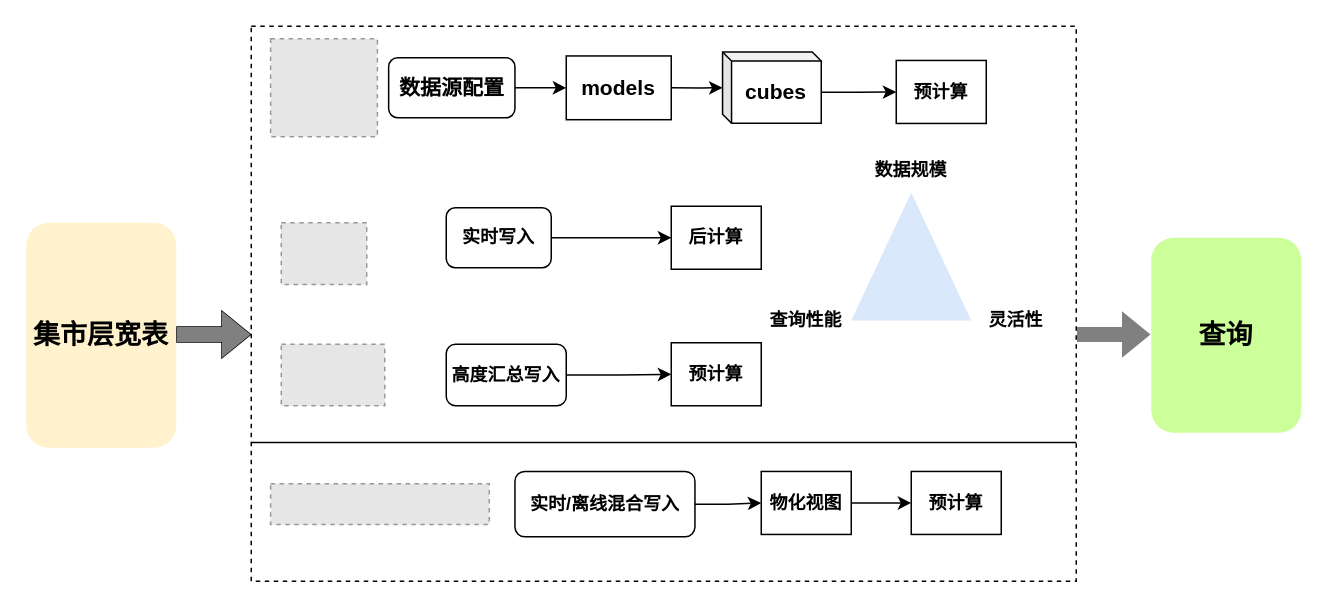
mineminemine123/work-wiki keeps this draw.io diagram as 集市层批流一体.drawio. Above is the earlier version. Source tidied: cells renumbered, new cells numbered last; positions are measured from the earlier drawing's top-left corner, leaving out a move shared by most shapes. Both pictures are drawn from the tidied source at 150%, with x=0, y=0 at pixel (26, 26). Pictures stored in the file or linked from it are replaced by grey dashed boxes.
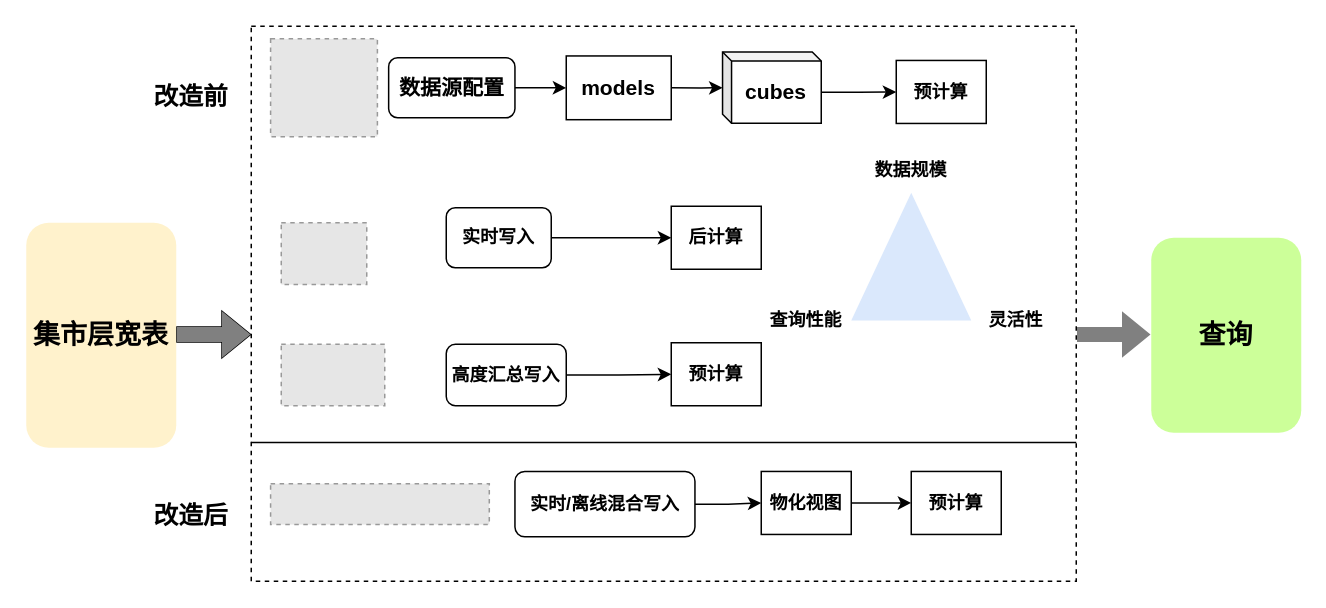
Above is the later version.

Commit message:
更新集市层批流一体.drawio

What changed in the source:
```diff
@@
+    <mxCell id="36" value="&lt;h2&gt;改造前&lt;/h2&gt;" style="text;html=1;strokeColor=none;fillColor=none;align=center;verticalAlign=middle;whiteSpace=wrap;rounded=0;dashed=1;labelBorderColor=none;fontFamily=Times New Roman;fontSize=11;fontColor=none;" parent="1" vertex="1">
+      <mxGeometry x="80" y="32.2" width="60" height="30" as="geometry" />
+    </mxCell>
+    <mxCell id="37" value="&lt;h2&gt;改造后&lt;/h2&gt;" style="text;html=1;strokeColor=none;fillColor=none;align=center;verticalAlign=middle;whiteSpace=wrap;rounded=0;dashed=1;labelBorderColor=none;fontFamily=Times New Roman;fontSize=11;fontColor=none;" parent="1" vertex="1">
+      <mxGeometry x="80" y="311" width="60" height="30" as="geometry" />
+    </mxCell>
```
